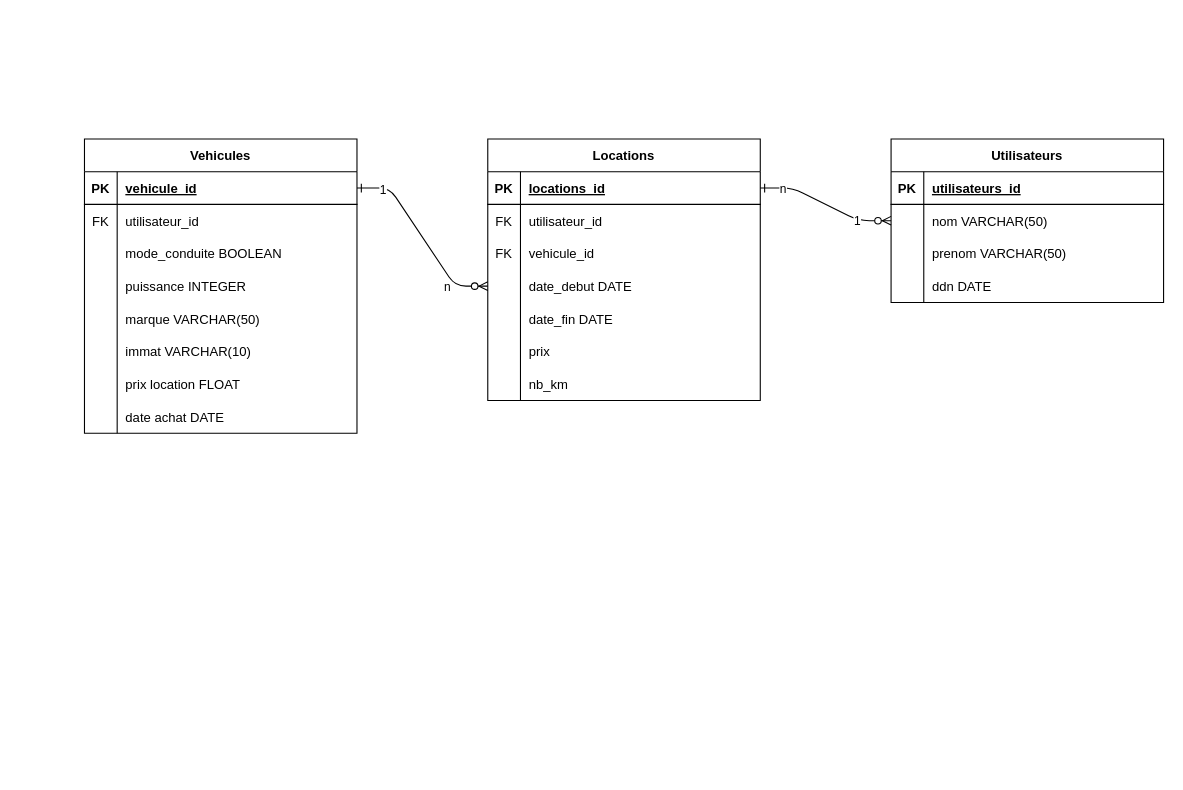
Before: Diagramme sans nom.drawio in PingouinTrash/SAE-203-GitHub, a draw.io diagram. Source tidied: cells renumbered, new cells numbered last; positions are measured from the earlier drawing's top-left corner, leaving out a move shared by most shapes. Both pictures are drawn from the tidied source at 109%, with x=0, y=0 at pixel (84, 138).
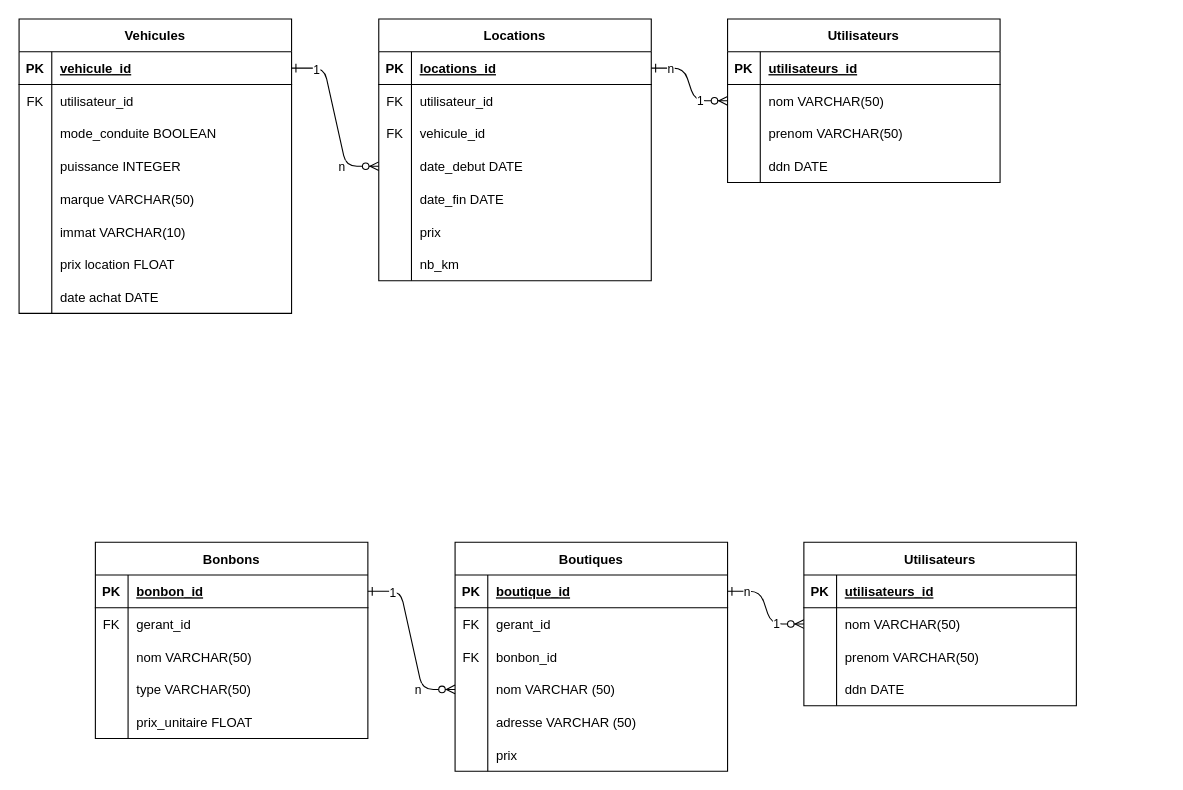
The same page after the edit.

Commit message:
Mettre à jour Diagramme sans nom.drawio

The edit, as a diff of the source:
```diff
@@
     <mxCell id="8" value="Utilisateurs" style="shape=table;startSize=30;childLayout=tableLayout;rowLines=0;fontStyle=1;align=center;" parent="1" vertex="1">
-      <mxGeometry x="740" width="250" height="150" as="geometry" />
+      <mxGeometry x="590" y="-110" width="250" height="150" as="geometry" />
     </mxCell>
@@
     <mxCell id="21" value="Locations" style="shape=table;startSize=30;childLayout=tableLayout;rowLines=0;fontStyle=1;align=center;" parent="1" vertex="1">
-      <mxGeometry x="370" width="250" height="240" as="geometry" />
+      <mxGeometry x="270" y="-110" width="250" height="240" as="geometry" />
     </mxCell>
@@
     <mxCell id="43" value="Vehicules" style="shape=table;startSize=30;childLayout=tableLayout;rowLines=0;fontStyle=1;align=center;" parent="1" vertex="1">
-      <mxGeometry width="250" height="270" as="geometry" />
+      <mxGeometry x="-60" y="-110" width="250" height="270" as="geometry" />
     </mxCell>
@@
+    <mxCell id="68" style="edgeStyle=entityRelationEdgeStyle;endArrow=ERzeroToMany;startArrow=ERone;endFill=1;startFill=0;exitX=1;exitY=0.5;exitDx=0;exitDy=0;entryX=0;entryY=0.5;entryDx=0;entryDy=0;" parent="1" edge="1" source="88" target="78">
+      <mxGeometry relative="1" as="geometry" />
+    </mxCell>
+    <mxCell id="69" value="n" style="edgeLabel;html=1;align=center;verticalAlign=middle;" parent="68" vertex="1">
+      <mxGeometry x="-0.82" relative="1" as="geometry">
+        <mxPoint x="9" as="offset" />
+      </mxGeometry>
+    </mxCell>
+    <mxCell id="70" value="1" style="edgeLabel;html=1;align=center;verticalAlign=middle;" parent="68" vertex="1">
+      <mxGeometry x="0.69" y="1" relative="1" as="geometry">
+        <mxPoint x="-11" as="offset" />
+      </mxGeometry>
+    </mxCell>
+    <mxCell id="71" style="edgeStyle=entityRelationEdgeStyle;endArrow=ERzeroToMany;startArrow=ERone;endFill=1;startFill=0;exitX=1;exitY=0.5;exitDx=0;exitDy=0;" parent="1" edge="1" source="107" target="97">
+      <mxGeometry relative="1" as="geometry" />
+    </mxCell>
+    <mxCell id="72" value="n" style="edgeLabel;html=1;align=center;verticalAlign=middle;" parent="71" vertex="1">
+      <mxGeometry x="0.65" relative="1" as="geometry">
+        <mxPoint x="-8" as="offset" />
+      </mxGeometry>
+    </mxCell>
+    <mxCell id="73" value="1" style="edgeLabel;html=1;align=center;verticalAlign=middle;" parent="71" vertex="1">
+      <mxGeometry x="-0.84" y="-1" relative="1" as="geometry">
+        <mxPoint x="10" as="offset" />
+      </mxGeometry>
+    </mxCell>
+    <mxCell id="74" value="Utilisateurs" style="shape=table;startSize=30;childLayout=tableLayout;rowLines=0;fontStyle=1;align=center;" parent="1" vertex="1">
+      <mxGeometry x="660" y="370" width="250" height="150" as="geometry" />
+    </mxCell>
+    <mxCell id="75" style="shape=partialRectangle;fillColor=none;top=0;left=0;right=0;bottom=1;" parent="74" vertex="1">
+      <mxGeometry y="30" width="250" height="30" as="geometry" />
+    </mxCell>
+    <mxCell id="76" value="PK" style="shape=partialRectangle;overflow=hidden;fillColor=none;top=0;left=0;bottom=0;right=0;fontStyle=1;" parent="75" vertex="1">
+      <mxGeometry width="30" height="30" as="geometry" />
+    </mxCell>
+    <mxCell id="77" value="utilisateurs_id" style="shape=partialRectangle;overflow=hidden;fillColor=none;top=0;left=0;bottom=0;right=0;align=left;spacingLeft=6;fontStyle=5;" parent="75" vertex="1">
+      <mxGeometry x="30" width="220" height="30" as="geometry" />
+    </mxCell>
+    <mxCell id="78" style="shape=partialRectangle;fillColor=none;points=[[0,0.5],[1,0.5]];portConstraint=eastwest;top=0;left=0;right=0;bottom=0;" parent="74" vertex="1">
+      <mxGeometry y="60" width="250" height="30" as="geometry" />
+    </mxCell>
+    <mxCell id="79" style="shape=partialRectangle;overflow=hidden;fillColor=none;top=0;left=0;bottom=0;right=0;" parent="78" vertex="1">
+      <mxGeometry width="30" height="30" as="geometry" />
+    </mxCell>
+    <mxCell id="80" value="nom VARCHAR(50)" style="shape=partialRectangle;overflow=hidden;fillColor=none;top=0;left=0;bottom=0;right=0;align=left;spacingLeft=6;" parent="78" vertex="1">
+      <mxGeometry x="30" width="220" height="30" as="geometry" />
+    </mxCell>
+    <mxCell id="81" style="shape=partialRectangle;fillColor=none;top=0;left=0;right=0;bottom=0;" parent="74" vertex="1">
+      <mxGeometry y="90" width="250" height="30" as="geometry" />
+    </mxCell>
+    <mxCell id="82" style="shape=partialRectangle;overflow=hidden;fillColor=none;top=0;left=0;bottom=0;right=0;" parent="81" vertex="1">
+      <mxGeometry width="30" height="30" as="geometry" />
+    </mxCell>
+    <mxCell id="83" value="prenom VARCHAR(50)" style="shape=partialRectangle;overflow=hidden;fillColor=none;top=0;left=0;bottom=0;right=0;align=left;spacingLeft=6;" parent="81" vertex="1">
+      <mxGeometry x="30" width="220" height="30" as="geometry" />
+    </mxCell>
+    <mxCell id="84" style="shape=partialRectangle;fillColor=none;top=0;left=0;right=0;bottom=0;" parent="74" vertex="1">
+      <mxGeometry y="120" width="250" height="30" as="geometry" />
+    </mxCell>
+    <mxCell id="85" style="shape=partialRectangle;overflow=hidden;fillColor=none;top=0;left=0;bottom=0;right=0;" parent="84" vertex="1">
+      <mxGeometry width="30" height="30" as="geometry" />
+    </mxCell>
+    <mxCell id="86" value="ddn DATE" style="shape=partialRectangle;overflow=hidden;fillColor=none;top=0;left=0;bottom=0;right=0;align=left;spacingLeft=6;" parent="84" vertex="1">
+      <mxGeometry x="30" width="220" height="30" as="geometry" />
+    </mxCell>
+    <mxCell id="87" value="Boutiques" style="shape=table;startSize=30;childLayout=tableLayout;rowLines=0;fontStyle=1;align=center;" parent="1" vertex="1">
+      <mxGeometry x="340" y="370" width="250" height="210" as="geometry" />
+    </mxCell>
+    <mxCell id="88" style="shape=partialRectangle;fillColor=none;points=[[0,0.5],[1,0.5]];portConstraint=eastwest;top=0;left=0;right=0;bottom=1;" parent="87" vertex="1">
+      <mxGeometry y="30" width="250" height="30" as="geometry" />
+    </mxCell>
+    <mxCell id="89" value="PK" style="shape=partialRectangle;overflow=hidden;fillColor=none;top=0;left=0;bottom=0;right=0;fontStyle=1;" parent="88" vertex="1">
+      <mxGeometry width="30" height="30" as="geometry" />
+    </mxCell>
+    <mxCell id="90" value="boutique_id" style="shape=partialRectangle;overflow=hidden;fillColor=none;top=0;left=0;bottom=0;right=0;align=left;spacingLeft=6;fontStyle=5;" parent="88" vertex="1">
+      <mxGeometry x="30" width="220" height="30" as="geometry" />
+    </mxCell>
+    <mxCell id="91" style="shape=partialRectangle;fillColor=none;top=0;left=0;right=0;bottom=0;" parent="87" vertex="1">
+      <mxGeometry y="60" width="250" height="30" as="geometry" />
+    </mxCell>
+    <mxCell id="92" value="FK" style="shape=partialRectangle;overflow=hidden;fillColor=none;top=0;left=0;bottom=0;right=0;" parent="91" vertex="1">
+      <mxGeometry width="30" height="30" as="geometry" />
+    </mxCell>
+    <mxCell id="93" value="gerant_id" style="shape=partialRectangle;overflow=hidden;fillColor=none;top=0;left=0;bottom=0;right=0;align=left;spacingLeft=6;" parent="91" vertex="1">
+      <mxGeometry x="30" width="220" height="30" as="geometry" />
+    </mxCell>
+    <mxCell id="94" style="shape=partialRectangle;fillColor=none;top=0;left=0;right=0;bottom=0;" parent="87" vertex="1">
+      <mxGeometry y="90" width="250" height="30" as="geometry" />
+    </mxCell>
+    <mxCell id="95" value="FK" style="shape=partialRectangle;overflow=hidden;fillColor=none;top=0;left=0;bottom=0;right=0;" parent="94" vertex="1">
+      <mxGeometry width="30" height="30" as="geometry" />
+    </mxCell>
+    <mxCell id="96" value="bonbon_id" style="shape=partialRectangle;overflow=hidden;fillColor=none;top=0;left=0;bottom=0;right=0;align=left;spacingLeft=6;" parent="94" vertex="1">
+      <mxGeometry x="30" width="220" height="30" as="geometry" />
+    </mxCell>
+    <mxCell id="97" style="shape=partialRectangle;fillColor=none;points=[[0,0.5],[1,0.5]];portConstraint=eastwest;top=0;left=0;right=0;bottom=0;" parent="87" vertex="1">
+      <mxGeometry y="120" width="250" height="30" as="geometry" />
+    </mxCell>
+    <mxCell id="98" style="shape=partialRectangle;overflow=hidden;fillColor=none;top=0;left=0;bottom=0;right=0;" parent="97" vertex="1">
+      <mxGeometry width="30" height="30" as="geometry" />
+    </mxCell>
+    <mxCell id="99" value="nom VARCHAR (50)" style="shape=partialRectangle;overflow=hidden;fillColor=none;top=0;left=0;bottom=0;right=0;align=left;spacingLeft=6;" parent="97" vertex="1">
+      <mxGeometry x="30" width="220" height="30" as="geometry" />
+    </mxCell>
+    <mxCell id="100" style="shape=partialRectangle;fillColor=none;top=0;left=0;right=0;bottom=0;" parent="87" vertex="1">
+      <mxGeometry y="150" width="250" height="30" as="geometry" />
+    </mxCell>
+    <mxCell id="101" style="shape=partialRectangle;overflow=hidden;fillColor=none;top=0;left=0;bottom=0;right=0;" parent="100" vertex="1">
+      <mxGeometry width="30" height="30" as="geometry" />
+    </mxCell>
+    <mxCell id="102" value="adresse VARCHAR (50)" style="shape=partialRectangle;overflow=hidden;fillColor=none;top=0;left=0;bottom=0;right=0;align=left;spacingLeft=6;" parent="100" vertex="1">
+      <mxGeometry x="30" width="220" height="30" as="geometry" />
+    </mxCell>
+    <mxCell id="103" style="shape=partialRectangle;fillColor=none;top=0;left=0;right=0;bottom=0;" parent="87" vertex="1">
+      <mxGeometry y="180" width="250" height="30" as="geometry" />
+    </mxCell>
+    <mxCell id="104" style="shape=partialRectangle;overflow=hidden;fillColor=none;top=0;left=0;bottom=0;right=0;" parent="103" vertex="1">
+      <mxGeometry width="30" height="30" as="geometry" />
+    </mxCell>
+    <mxCell id="105" value="prix" style="shape=partialRectangle;overflow=hidden;fillColor=none;top=0;left=0;bottom=0;right=0;align=left;spacingLeft=6;" parent="103" vertex="1">
+      <mxGeometry x="30" width="220" height="30" as="geometry" />
+    </mxCell>
+    <mxCell id="106" value="Bonbons" style="shape=table;startSize=30;childLayout=tableLayout;rowLines=0;fontStyle=1;align=center;" parent="1" vertex="1">
+      <mxGeometry x="10" y="370" width="250" height="180" as="geometry" />
+    </mxCell>
+    <mxCell id="107" style="shape=partialRectangle;fillColor=none;points=[[0,0.5],[1,0.5]];portConstraint=eastwest;top=0;left=0;right=0;bottom=1;" parent="106" vertex="1">
+      <mxGeometry y="30" width="250" height="30" as="geometry" />
+    </mxCell>
+    <mxCell id="108" value="PK" style="shape=partialRectangle;overflow=hidden;fillColor=none;top=0;left=0;bottom=0;right=0;fontStyle=1;" parent="107" vertex="1">
+      <mxGeometry width="30" height="30" as="geometry" />
+    </mxCell>
+    <mxCell id="109" value="bonbon_id" style="shape=partialRectangle;overflow=hidden;fillColor=none;top=0;left=0;bottom=0;right=0;align=left;spacingLeft=6;fontStyle=5;" parent="107" vertex="1">
+      <mxGeometry x="30" width="220" height="30" as="geometry" />
+    </mxCell>
+    <mxCell id="110" style="shape=partialRectangle;fillColor=none;top=0;left=0;right=0;bottom=0;" parent="106" vertex="1">
+      <mxGeometry y="60" width="250" height="30" as="geometry" />
+    </mxCell>
+    <mxCell id="111" value="FK" style="shape=partialRectangle;overflow=hidden;fillColor=none;top=0;left=0;bottom=0;right=0;" parent="110" vertex="1">
+      <mxGeometry width="30" height="30" as="geometry" />
+    </mxCell>
+    <mxCell id="112" value="gerant_id" style="shape=partialRectangle;overflow=hidden;fillColor=none;top=0;left=0;bottom=0;right=0;align=left;spacingLeft=6;" parent="110" vertex="1">
+      <mxGeometry x="30" width="220" height="30" as="geometry" />
+    </mxCell>
+    <mxCell id="113" style="shape=partialRectangle;fillColor=none;top=0;left=0;right=0;bottom=0;" parent="106" vertex="1">
+      <mxGeometry y="90" width="250" height="30" as="geometry" />
+    </mxCell>
+    <mxCell id="114" style="shape=partialRectangle;overflow=hidden;fillColor=none;top=0;left=0;bottom=0;right=0;" parent="113" vertex="1">
+      <mxGeometry width="30" height="30" as="geometry" />
+    </mxCell>
+    <mxCell id="115" value="nom VARCHAR(50)" style="shape=partialRectangle;overflow=hidden;fillColor=none;top=0;left=0;bottom=0;right=0;align=left;spacingLeft=6;" parent="113" vertex="1">
+      <mxGeometry x="30" width="220" height="30" as="geometry" />
+    </mxCell>
+    <mxCell id="116" style="shape=partialRectangle;fillColor=none;top=0;left=0;right=0;bottom=0;" parent="106" vertex="1">
+      <mxGeometry y="120" width="250" height="30" as="geometry" />
+    </mxCell>
+    <mxCell id="117" style="shape=partialRectangle;overflow=hidden;fillColor=none;top=0;left=0;bottom=0;right=0;" parent="116" vertex="1">
+      <mxGeometry width="30" height="30" as="geometry" />
+    </mxCell>
+    <mxCell id="118" value="type VARCHAR(50)" style="shape=partialRectangle;overflow=hidden;fillColor=none;top=0;left=0;bottom=0;right=0;align=left;spacingLeft=6;" parent="116" vertex="1">
+      <mxGeometry x="30" width="220" height="30" as="geometry" />
+    </mxCell>
+    <mxCell id="119" style="shape=partialRectangle;fillColor=none;top=0;left=0;right=0;bottom=0;" parent="106" vertex="1">
+      <mxGeometry y="150" width="250" height="30" as="geometry" />
+    </mxCell>
+    <mxCell id="120" style="shape=partialRectangle;overflow=hidden;fillColor=none;top=0;left=0;bottom=0;right=0;" parent="119" vertex="1">
+      <mxGeometry width="30" height="30" as="geometry" />
+    </mxCell>
+    <mxCell id="121" value="prix_unitaire FLOAT" style="shape=partialRectangle;overflow=hidden;fillColor=none;top=0;left=0;bottom=0;right=0;align=left;spacingLeft=6;" parent="119" vertex="1">
+      <mxGeometry x="30" width="220" height="30" as="geometry" />
+    </mxCell>
```
